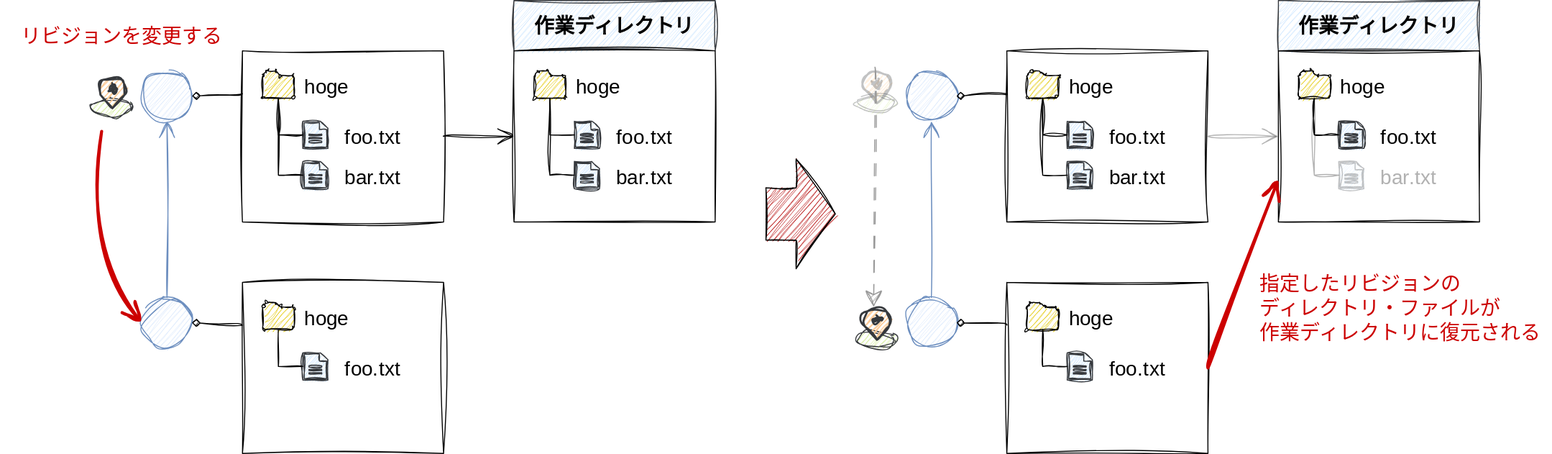
The draw.io diagram doc/image/introducion/revision-restore.drawio.svg in kazurego7/fit, before a commit. Source tidied: cells renumbered, new cells last; positions are measured from the earlier drawing's top-left corner, leaving out a move shared by most shapes.
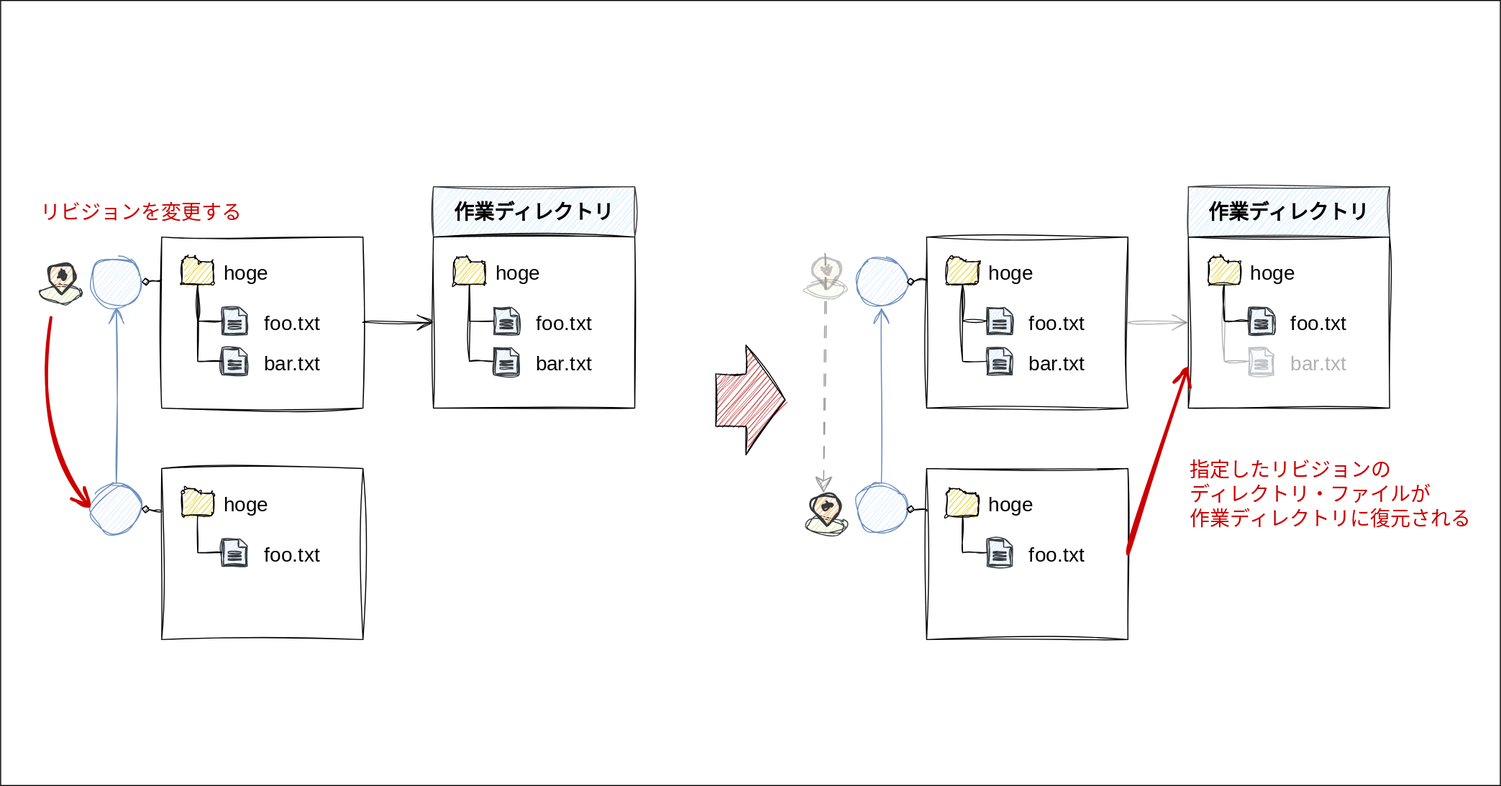
The same diagram one commit later.

What changed in the source:
```diff
@@ -2,6 +2,9 @@
   <root>
     <mxCell id="0" />
     <mxCell id="1" parent="0" />
+    <mxCell id="83" style="rounded=0;whiteSpace=wrap;html=1;hachureGap=4;fontFamily=Architects Daughter;fontSource=https%3A%2F%2Ffonts.googleapis.com%2Fcss%3Ffamily%3DArchitects%2BDaughter;fontSize=20;" parent="1" vertex="1">
+      <mxGeometry x="50" y="-185" width="1490" height="780" as="geometry" />
+    </mxCell>
     <mxCell id="2" style="ellipse;whiteSpace=wrap;html=1;hachureGap=4;fontFamily=Architects Daughter;fontSource=https%3A%2F%2Ffonts.googleapis.com%2Fcss%3Ffamily%3DArchitects%2BDaughter;fontSize=20;fillColor=#dae8fc;strokeColor=#6c8ebf;shadow=0;sketch=1;curveFitting=1;jiggle=2;" parent="1" vertex="1">
       <mxGeometry x="140" y="70" width="50" height="50" as="geometry" />
     </mxCell>
@@ -12,7 +15,7 @@
       <mxGeometry x="140" y="295" width="50" height="50" as="geometry" />
     </mxCell>
     <mxCell id="5" style="group;" parent="1" vertex="1">
-      <mxGeometry x="240" y="280" width="200" height="170" as="geometry" />
+      <mxGeometry x="210" y="280" width="200" height="170" as="geometry" />
     </mxCell>
     <mxCell id="6" style="rounded=0;whiteSpace=wrap;html=1;shadow=0;sketch=1;hachureGap=4;jiggle=2;curveFitting=1;fontFamily=Architects Daughter;fontSource=https%3A%2F%2Ffonts.googleapis.com%2Fcss%3Ffamily%3DArchitects%2BDaughter;fontSize=20;" parent="5" vertex="1">
       <mxGeometry width="200" height="170" as="geometry" />
@@ -36,7 +39,7 @@
       <mxGeometry relative="1" as="geometry" />
     </mxCell>
     <mxCell id="13" style="group;" parent="1" vertex="1">
-      <mxGeometry x="240" y="50" width="200" height="170" as="geometry" />
+      <mxGeometry x="210" y="50" width="200" height="170" as="geometry" />
     </mxCell>
     <mxCell id="14" style="rounded=0;whiteSpace=wrap;html=1;shadow=0;sketch=1;hachureGap=4;jiggle=2;curveFitting=1;fontFamily=Architects Daughter;fontSource=https%3A%2F%2Ffonts.googleapis.com%2Fcss%3Ffamily%3DArchitects%2BDaughter;fontSize=20;" parent="13" vertex="1">
       <mxGeometry width="200" height="170" as="geometry" />
@@ -114,7 +117,7 @@
       <mxGeometry x="900" y="295" width="50" height="50" as="geometry" />
     </mxCell>
     <mxCell id="38" style="group;" parent="1" vertex="1">
-      <mxGeometry x="1000" y="280" width="200" height="170" as="geometry" />
+      <mxGeometry x="970" y="280" width="200" height="170" as="geometry" />
     </mxCell>
     <mxCell id="39" style="rounded=0;whiteSpace=wrap;html=1;shadow=0;sketch=1;hachureGap=4;jiggle=2;curveFitting=1;fontFamily=Architects Daughter;fontSource=https%3A%2F%2Ffonts.googleapis.com%2Fcss%3Ffamily%3DArchitects%2BDaughter;fontSize=20;" parent="38" vertex="1">
       <mxGeometry width="200" height="170" as="geometry" />
@@ -138,7 +141,7 @@
       <mxGeometry relative="1" as="geometry" />
     </mxCell>
     <mxCell id="46" style="group;" parent="1" vertex="1">
-      <mxGeometry x="1000" y="50" width="200" height="170" as="geometry" />
+      <mxGeometry x="970" y="50" width="200" height="170" as="geometry" />
     </mxCell>
     <mxCell id="47" style="rounded=0;whiteSpace=wrap;html=1;shadow=0;sketch=1;hachureGap=4;jiggle=2;curveFitting=1;fontFamily=Architects Daughter;fontSource=https%3A%2F%2Ffonts.googleapis.com%2Fcss%3Ffamily%3DArchitects%2BDaughter;fontSize=20;" parent="46" vertex="1">
       <mxGeometry width="200" height="170" as="geometry" />
@@ -171,64 +174,66 @@
       <mxGeometry relative="1" as="geometry" />
     </mxCell>
     <mxCell id="57" value="&lt;font face=&quot;Zen Kurenaido&quot;&gt;作業ディレクトリ&lt;/font&gt;" style="rounded=0;whiteSpace=wrap;html=1;shadow=0;sketch=1;hachureGap=4;jiggle=2;curveFitting=1;fontFamily=Architects Daughter;fontSource=https%3A%2F%2Ffonts.googleapis.com%2Fcss%3Ffamily%3DArchitects%2BDaughter;fontSize=20;fillColor=#cce5ff;strokeColor=#36393d;fontStyle=1;" parent="1" vertex="1">
-      <mxGeometry x="510" width="200" height="50" as="geometry" />
+      <mxGeometry x="480" width="200" height="50" as="geometry" />
     </mxCell>
-    <mxCell id="58" style="edgeStyle=none;curved=1;rounded=0;sketch=1;hachureGap=4;jiggle=2;curveFitting=1;jettySize=auto;html=1;exitX=1;exitY=0.5;exitDx=0;exitDy=0;fontFamily=Zen Kurenaido;fontSource=https%3A%2F%2Ffonts.googleapis.com%2Fcss%3Ffamily%3DZen%2BKurenaido;fontSize=16;fontColor=#000000;endArrow=open;startSize=14;endSize=14;sourcePerimeterSpacing=8;targetPerimeterSpacing=8;entryX=0;entryY=0.5;entryDx=0;entryDy=0;" parent="1" edge="1" source="14" target="59">
-      <mxGeometry relative="1" as="geometry" />
+    <mxCell id="58" style="edgeStyle=none;curved=1;rounded=0;sketch=1;hachureGap=4;jiggle=2;curveFitting=1;jettySize=auto;html=1;exitX=1;exitY=0.5;exitDx=0;exitDy=0;fontFamily=Zen Kurenaido;fontSource=https%3A%2F%2Ffonts.googleapis.com%2Fcss%3Ffamily%3DZen%2BKurenaido;fontSize=16;fontColor=#000000;endArrow=open;startSize=14;endSize=14;sourcePerimeterSpacing=8;targetPerimeterSpacing=8;entryX=0;entryY=0.5;entryDx=0;entryDy=0;" parent="1" edge="1" source="14">
+      <mxGeometry relative="1" as="geometry">
+        <mxPoint x="480" y="135" as="targetPoint" />
+      </mxGeometry>
     </mxCell>
     <mxCell id="59" style="rounded=0;whiteSpace=wrap;html=1;shadow=0;sketch=1;hachureGap=4;jiggle=2;curveFitting=1;fontFamily=Architects Daughter;fontSource=https%3A%2F%2Ffonts.googleapis.com%2Fcss%3Ffamily%3DArchitects%2BDaughter;fontSize=20;" parent="1" vertex="1">
-      <mxGeometry x="510" y="50" width="200" height="170" as="geometry" />
+      <mxGeometry x="480" y="50" width="200" height="170" as="geometry" />
     </mxCell>
     <mxCell id="60" style="sketch=1;shadow=0;dashed=0;html=1;strokeColor=#000000;labelPosition=center;verticalLabelPosition=bottom;verticalAlign=top;align=center;fillColor=#e3c800;shape=mxgraph.mscae.enterprise.folder;hachureGap=4;jiggle=2;curveFitting=1;fontFamily=Architects Daughter;fontSource=https%3A%2F%2Ffonts.googleapis.com%2Fcss%3Ffamily%3DArchitects%2BDaughter;fontSize=20;fontColor=#000000;" parent="1" vertex="1">
-      <mxGeometry x="530" y="70" width="31.4" height="27" as="geometry" />
+      <mxGeometry x="500" y="70" width="31.4" height="27" as="geometry" />
     </mxCell>
     <mxCell id="61" style="sketch=1;shadow=0;dashed=0;html=1;strokeColor=#36393d;fillColor=#cce5ff;labelPosition=center;verticalLabelPosition=bottom;verticalAlign=top;outlineConnect=0;align=center;shape=mxgraph.office.concepts.document;hachureGap=4;jiggle=2;curveFitting=1;fontFamily=Architects Daughter;fontSource=https%3A%2F%2Ffonts.googleapis.com%2Fcss%3Ffamily%3DArchitects%2BDaughter;fontSize=20;" parent="1" vertex="1">
-      <mxGeometry x="570" y="120" width="25" height="27" as="geometry" />
+      <mxGeometry x="540" y="120" width="25" height="27" as="geometry" />
     </mxCell>
     <mxCell id="62" style="endArrow=none;html=1;hachureGap=4;strokeColor=default;strokeWidth=1;fontFamily=Architects Daughter;fontSource=https%3A%2F%2Ffonts.googleapis.com%2Fcss%3Ffamily%3DArchitects%2BDaughter;fontSize=16;startSize=14;endSize=14;sourcePerimeterSpacing=8;targetPerimeterSpacing=8;jumpStyle=none;jumpSize=5;rounded=0;sketch=1;curveFitting=1;jiggle=2;exitX=0;exitY=0.5;exitDx=0;exitDy=0;exitPerimeter=0;entryX=0.5;entryY=1;entryDx=0;entryDy=0;entryPerimeter=0;edgeStyle=orthogonalEdgeStyle;" parent="1" edge="1" source="61" target="60">
       <mxGeometry relative="1" as="geometry" />
     </mxCell>
     <mxCell id="63" value="hoge" style="text;strokeColor=none;fillColor=none;html=1;align=left;verticalAlign=middle;whiteSpace=wrap;rounded=0;sketch=1;hachureGap=4;jiggle=2;curveFitting=1;fontFamily=Architects Daughter;fontSource=https%3A%2F%2Ffonts.googleapis.com%2Fcss%3Ffamily%3DArchitects%2BDaughter;fontSize=20;" parent="1" vertex="1">
-      <mxGeometry x="570" y="70" width="100" height="30" as="geometry" />
+      <mxGeometry x="540" y="70" width="100" height="30" as="geometry" />
     </mxCell>
     <mxCell id="64" value="foo.txt" style="text;strokeColor=none;fillColor=none;html=1;align=left;verticalAlign=middle;whiteSpace=wrap;rounded=0;sketch=1;hachureGap=4;jiggle=2;curveFitting=1;fontFamily=Architects Daughter;fontSource=https%3A%2F%2Ffonts.googleapis.com%2Fcss%3Ffamily%3DArchitects%2BDaughter;fontSize=20;" parent="1" vertex="1">
-      <mxGeometry x="610" y="120" width="80" height="30" as="geometry" />
+      <mxGeometry x="580" y="120" width="80" height="30" as="geometry" />
     </mxCell>
     <mxCell id="65" style="sketch=1;shadow=0;dashed=0;html=1;strokeColor=#36393d;fillColor=#cce5ff;labelPosition=center;verticalLabelPosition=bottom;verticalAlign=top;outlineConnect=0;align=center;shape=mxgraph.office.concepts.document;hachureGap=4;jiggle=2;curveFitting=1;fontFamily=Architects Daughter;fontSource=https%3A%2F%2Ffonts.googleapis.com%2Fcss%3Ffamily%3DArchitects%2BDaughter;fontSize=20;" parent="1" vertex="1">
-      <mxGeometry x="570" y="160" width="25" height="27" as="geometry" />
+      <mxGeometry x="540" y="160" width="25" height="27" as="geometry" />
     </mxCell>
     <mxCell id="66" value="&lt;font color=&quot;#000000&quot;&gt;bar.txt&lt;/font&gt;" style="text;strokeColor=none;fillColor=none;html=1;align=left;verticalAlign=middle;whiteSpace=wrap;rounded=0;sketch=1;hachureGap=4;jiggle=2;curveFitting=1;fontFamily=Architects Daughter;fontSource=https%3A%2F%2Ffonts.googleapis.com%2Fcss%3Ffamily%3DArchitects%2BDaughter;fontSize=20;fontColor=#CC0000;" parent="1" vertex="1">
-      <mxGeometry x="610" y="160" width="80" height="30" as="geometry" />
+      <mxGeometry x="580" y="160" width="80" height="30" as="geometry" />
     </mxCell>
     <mxCell id="67" style="endArrow=none;html=1;hachureGap=4;strokeColor=default;strokeWidth=1;fontFamily=Architects Daughter;fontSource=https%3A%2F%2Ffonts.googleapis.com%2Fcss%3Ffamily%3DArchitects%2BDaughter;fontSize=16;startSize=14;endSize=14;sourcePerimeterSpacing=8;targetPerimeterSpacing=8;jumpStyle=none;jumpSize=5;rounded=0;sketch=1;curveFitting=1;jiggle=2;entryX=0.5;entryY=1;entryDx=0;entryDy=0;entryPerimeter=0;edgeStyle=orthogonalEdgeStyle;exitX=0;exitY=0.5;exitDx=0;exitDy=0;exitPerimeter=0;" parent="1" edge="1" source="65" target="60">
       <mxGeometry relative="1" as="geometry" />
     </mxCell>
     <mxCell id="68" value="&lt;font face=&quot;Zen Kurenaido&quot;&gt;作業ディレクトリ&lt;/font&gt;" style="rounded=0;whiteSpace=wrap;html=1;shadow=0;sketch=1;hachureGap=4;jiggle=2;curveFitting=1;fontFamily=Architects Daughter;fontSource=https%3A%2F%2Ffonts.googleapis.com%2Fcss%3Ffamily%3DArchitects%2BDaughter;fontSize=20;fillColor=#cce5ff;strokeColor=#36393d;fontStyle=1;" parent="1" vertex="1">
-      <mxGeometry x="1270" width="200" height="50" as="geometry" />
+      <mxGeometry x="1230" width="200" height="50" as="geometry" />
     </mxCell>
     <mxCell id="69" style="rounded=0;whiteSpace=wrap;html=1;shadow=0;sketch=1;hachureGap=4;jiggle=2;curveFitting=1;fontFamily=Architects Daughter;fontSource=https%3A%2F%2Ffonts.googleapis.com%2Fcss%3Ffamily%3DArchitects%2BDaughter;fontSize=20;" parent="1" vertex="1">
-      <mxGeometry x="1270" y="50" width="200" height="170" as="geometry" />
+      <mxGeometry x="1230" y="50" width="200" height="170" as="geometry" />
     </mxCell>
     <mxCell id="70" style="sketch=1;shadow=0;dashed=0;html=1;strokeColor=#000000;labelPosition=center;verticalLabelPosition=bottom;verticalAlign=top;align=center;fillColor=#e3c800;shape=mxgraph.mscae.enterprise.folder;hachureGap=4;jiggle=2;curveFitting=1;fontFamily=Architects Daughter;fontSource=https%3A%2F%2Ffonts.googleapis.com%2Fcss%3Ffamily%3DArchitects%2BDaughter;fontSize=20;fontColor=#000000;" parent="1" vertex="1">
-      <mxGeometry x="1290" y="70" width="31.4" height="27" as="geometry" />
+      <mxGeometry x="1250" y="70" width="31.4" height="27" as="geometry" />
     </mxCell>
     <mxCell id="71" style="sketch=1;shadow=0;dashed=0;html=1;strokeColor=#36393d;fillColor=#cce5ff;labelPosition=center;verticalLabelPosition=bottom;verticalAlign=top;outlineConnect=0;align=center;shape=mxgraph.office.concepts.document;hachureGap=4;jiggle=2;curveFitting=1;fontFamily=Architects Daughter;fontSource=https%3A%2F%2Ffonts.googleapis.com%2Fcss%3Ffamily%3DArchitects%2BDaughter;fontSize=20;" parent="1" vertex="1">
-      <mxGeometry x="1330" y="120" width="25" height="27" as="geometry" />
+      <mxGeometry x="1290" y="120" width="25" height="27" as="geometry" />
     </mxCell>
     <mxCell id="72" style="endArrow=none;html=1;hachureGap=4;strokeColor=default;strokeWidth=1;fontFamily=Architects Daughter;fontSource=https%3A%2F%2Ffonts.googleapis.com%2Fcss%3Ffamily%3DArchitects%2BDaughter;fontSize=16;startSize=14;endSize=14;sourcePerimeterSpacing=8;targetPerimeterSpacing=8;jumpStyle=none;jumpSize=5;rounded=0;sketch=1;curveFitting=1;jiggle=2;exitX=0;exitY=0.5;exitDx=0;exitDy=0;exitPerimeter=0;entryX=0.5;entryY=1;entryDx=0;entryDy=0;entryPerimeter=0;edgeStyle=orthogonalEdgeStyle;" parent="1" edge="1" source="71" target="70">
       <mxGeometry relative="1" as="geometry" />
     </mxCell>
     <mxCell id="73" value="hoge" style="text;strokeColor=none;fillColor=none;html=1;align=left;verticalAlign=middle;whiteSpace=wrap;rounded=0;sketch=1;hachureGap=4;jiggle=2;curveFitting=1;fontFamily=Architects Daughter;fontSource=https%3A%2F%2Ffonts.googleapis.com%2Fcss%3Ffamily%3DArchitects%2BDaughter;fontSize=20;" parent="1" vertex="1">
-      <mxGeometry x="1330" y="70" width="100" height="30" as="geometry" />
+      <mxGeometry x="1290" y="70" width="100" height="30" as="geometry" />
     </mxCell>
     <mxCell id="74" value="foo.txt" style="text;strokeColor=none;fillColor=none;html=1;align=left;verticalAlign=middle;whiteSpace=wrap;rounded=0;sketch=1;hachureGap=4;jiggle=2;curveFitting=1;fontFamily=Architects Daughter;fontSource=https%3A%2F%2Ffonts.googleapis.com%2Fcss%3Ffamily%3DArchitects%2BDaughter;fontSize=20;" parent="1" vertex="1">
-      <mxGeometry x="1370" y="120" width="80" height="30" as="geometry" />
+      <mxGeometry x="1330" y="120" width="80" height="30" as="geometry" />
     </mxCell>
     <mxCell id="75" style="sketch=1;shadow=0;dashed=0;html=1;strokeColor=#36393d;fillColor=#cce5ff;labelPosition=center;verticalLabelPosition=bottom;verticalAlign=top;outlineConnect=0;align=center;shape=mxgraph.office.concepts.document;hachureGap=4;jiggle=2;curveFitting=1;fontFamily=Architects Daughter;fontSource=https%3A%2F%2Ffonts.googleapis.com%2Fcss%3Ffamily%3DArchitects%2BDaughter;fontSize=20;opacity=30;textOpacity=30;" parent="1" vertex="1">
-      <mxGeometry x="1330" y="160" width="25" height="27" as="geometry" />
+      <mxGeometry x="1290" y="160" width="25" height="27" as="geometry" />
     </mxCell>
     <mxCell id="76" value="&lt;font color=&quot;#000000&quot;&gt;bar.txt&lt;/font&gt;" style="text;strokeColor=none;fillColor=none;html=1;align=left;verticalAlign=middle;whiteSpace=wrap;rounded=0;sketch=1;hachureGap=4;jiggle=2;curveFitting=1;fontFamily=Architects Daughter;fontSource=https%3A%2F%2Ffonts.googleapis.com%2Fcss%3Ffamily%3DArchitects%2BDaughter;fontSize=20;fontColor=#CC0000;opacity=30;textOpacity=30;" parent="1" vertex="1">
-      <mxGeometry x="1370" y="160" width="80" height="30" as="geometry" />
+      <mxGeometry x="1330" y="160" width="80" height="30" as="geometry" />
     </mxCell>
     <mxCell id="77" style="endArrow=none;html=1;hachureGap=4;strokeColor=default;strokeWidth=1;fontFamily=Architects Daughter;fontSource=https%3A%2F%2Ffonts.googleapis.com%2Fcss%3Ffamily%3DArchitects%2BDaughter;fontSize=16;startSize=14;endSize=14;sourcePerimeterSpacing=8;targetPerimeterSpacing=8;jumpStyle=none;jumpSize=5;rounded=0;sketch=1;curveFitting=1;jiggle=2;entryX=0.5;entryY=1;entryDx=0;entryDy=0;entryPerimeter=0;edgeStyle=orthogonalEdgeStyle;exitX=0;exitY=0.5;exitDx=0;exitDy=0;exitPerimeter=0;opacity=30;textOpacity=30;" parent="1" edge="1" source="75" target="70">
       <mxGeometry relative="1" as="geometry" />
@@ -248,10 +253,10 @@
       </mxGeometry>
     </mxCell>
     <mxCell id="81" value="リビジョンを変更する" style="text;strokeColor=none;fillColor=none;html=1;align=center;verticalAlign=middle;whiteSpace=wrap;rounded=0;sketch=1;hachureGap=4;jiggle=2;curveFitting=1;fontFamily=Zen Kurenaido;fontSource=https%3A%2F%2Ffonts.googleapis.com%2Fcss%3Ffamily%3DZen%2BKurenaido;fontSize=20;fontColor=#CC0000;" parent="1" vertex="1">
-      <mxGeometry y="10" width="240" height="50" as="geometry" />
+      <mxGeometry x="70" width="240" height="50" as="geometry" />
     </mxCell>
     <mxCell id="82" value="指定したリビジョンの&lt;br&gt;ディレクトリ・ファイルが&lt;br&gt;作業ディレクトリに復元される" style="text;strokeColor=none;fillColor=none;html=1;align=left;verticalAlign=middle;whiteSpace=wrap;rounded=0;sketch=1;hachureGap=4;jiggle=2;curveFitting=1;fontFamily=Zen Kurenaido;fontSource=https%3A%2F%2Ffonts.googleapis.com%2Fcss%3Ffamily%3DZen%2BKurenaido;fontSize=20;fontColor=#CC0000;" parent="1" vertex="1">
-      <mxGeometry x="1250" y="270" width="290" height="70" as="geometry" />
+      <mxGeometry x="1230" y="270" width="290" height="70" as="geometry" />
     </mxCell>
   </root>
 </mxGraphModel>
```
